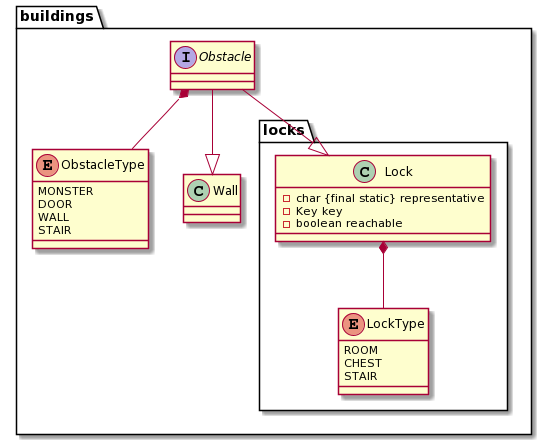
Above: uml/buildings.png in CodecoolGlobal/dungeon-crawl-1-java-HuBori (PlantUML), before the change.
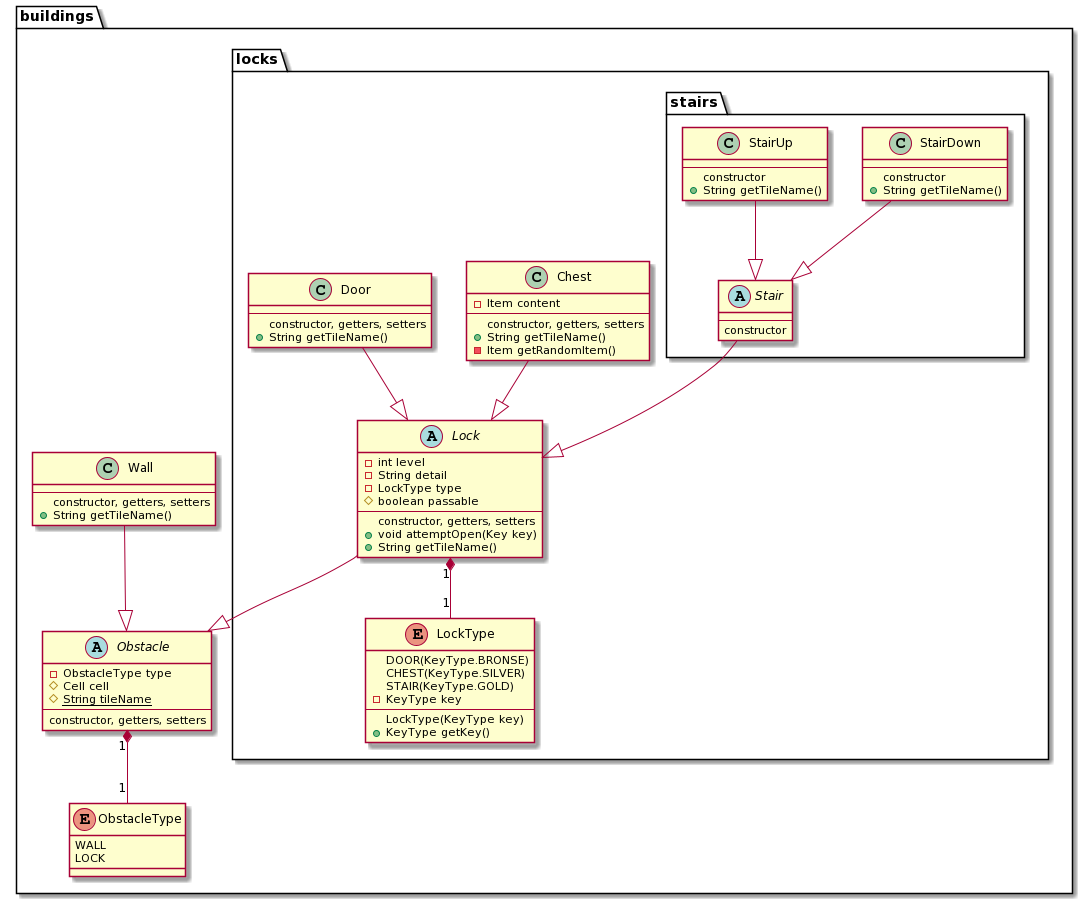
Above is the later version.

Change to the diagram source:
```diff
@@ -1,35 +1,88 @@
 @startuml
 package buildings {
+    Obstacle "1" *-- "1" ObstacleType
+    Wall --|> Obstacle
     package locks {
-        Lock *-- LockType
+        Lock --|> Obstacle
+        Lock "1" *-- "1" LockType
+        Chest --|> Lock
+        Door --|> Lock
+        package stairs {
+            Stair --|> Lock
+            StairDown --|> Stair
+            StairUp --|> Stair
+        }
     }
-    Obstacle *-- ObstacleType
-    Obstacle --|> Wall
-    Obstacle --|> Lock
 }
 
-class Lock {
-    - char {final static} representative
-    - Key key
-    - boolean reachable
+abstract class Lock {
+    - int level
+    - String detail
+    - LockType type
+    # boolean passable
+    --
+    constructor, getters, setters
+    + void attemptOpen(Key key)
+    + String getTileName()
 }
 
 enum LockType {
-    ROOM
-    CHEST
-    STAIR
+    DOOR(KeyType.BRONSE)
+    CHEST(KeyType.SILVER)
+    STAIR(KeyType.GOLD)
+    - KeyType key
+    --
+    LockType(KeyType key)
+    + KeyType getKey()
 }
 
-interface Obstacle {
+abstract class Obstacle {
+    - ObstacleType type
+    # Cell cell
+    # {static} String tileName
+    --
+    constructor, getters, setters
 }
 
 enum ObstacleType {
-    MONSTER
-    DOOR
     WALL
-    STAIR
+    LOCK
 }
 
 class Wall {
+    --
+    constructor, getters, setters
+    + String getTileName()
+}
+
+class Chest {
+    - Item content
+    --
+    constructor, getters, setters
+    + String getTileName()
+    - Item getRandomItem()
+}
+
+class Door {
+    --
+    constructor, getters, setters
+    + String getTileName()
+}
+
+abstract class Stair {
+    --
+    constructor
+}
+
+class StairDown {
+    --
+    constructor
+    + String getTileName()
+}
+
+class StairUp {
+    --
+    constructor
+    + String getTileName()
 }
 @enduml
```
